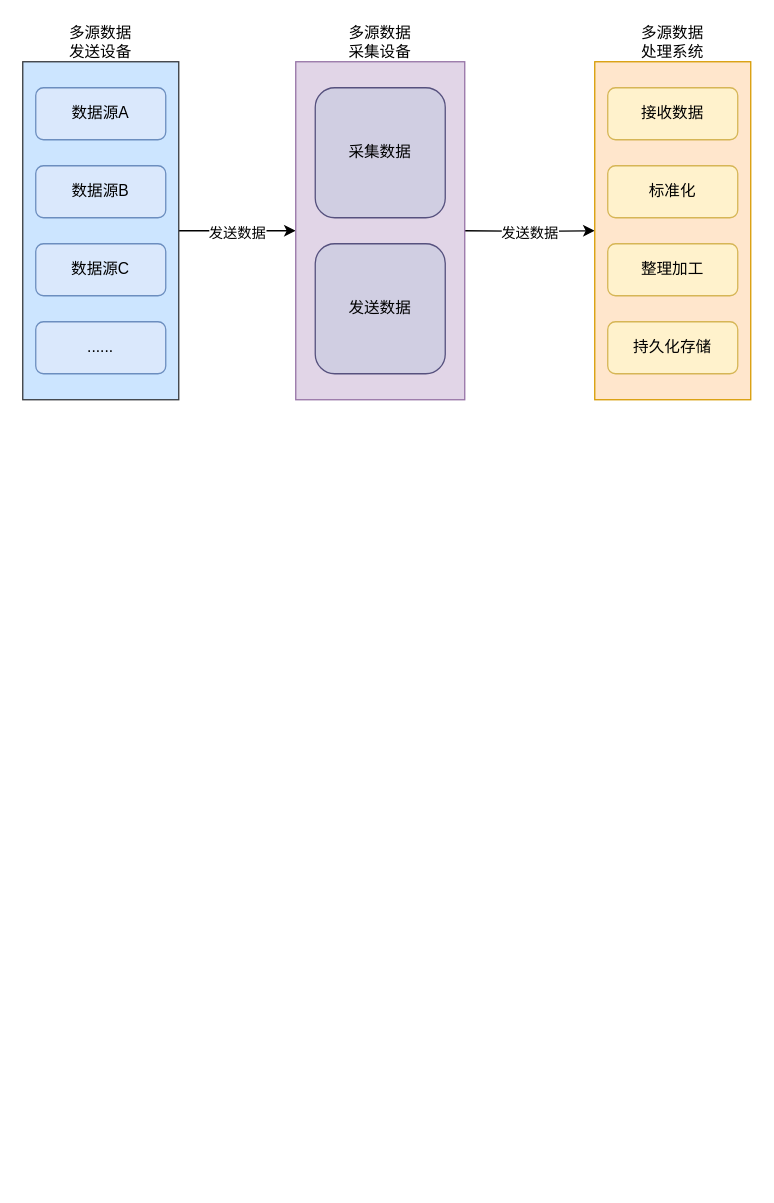
Earlier version of the draw.io diagram 多源系统图.drawio (Thesis7/review--master). Source tidied: cells renumbered, new cells numbered last; positions are measured from the earlier drawing's top-left corner, leaving out a move shared by most shapes. Both pictures are drawn from the tidied source at 130%, with x=0, y=0 at pixel (22, 22).
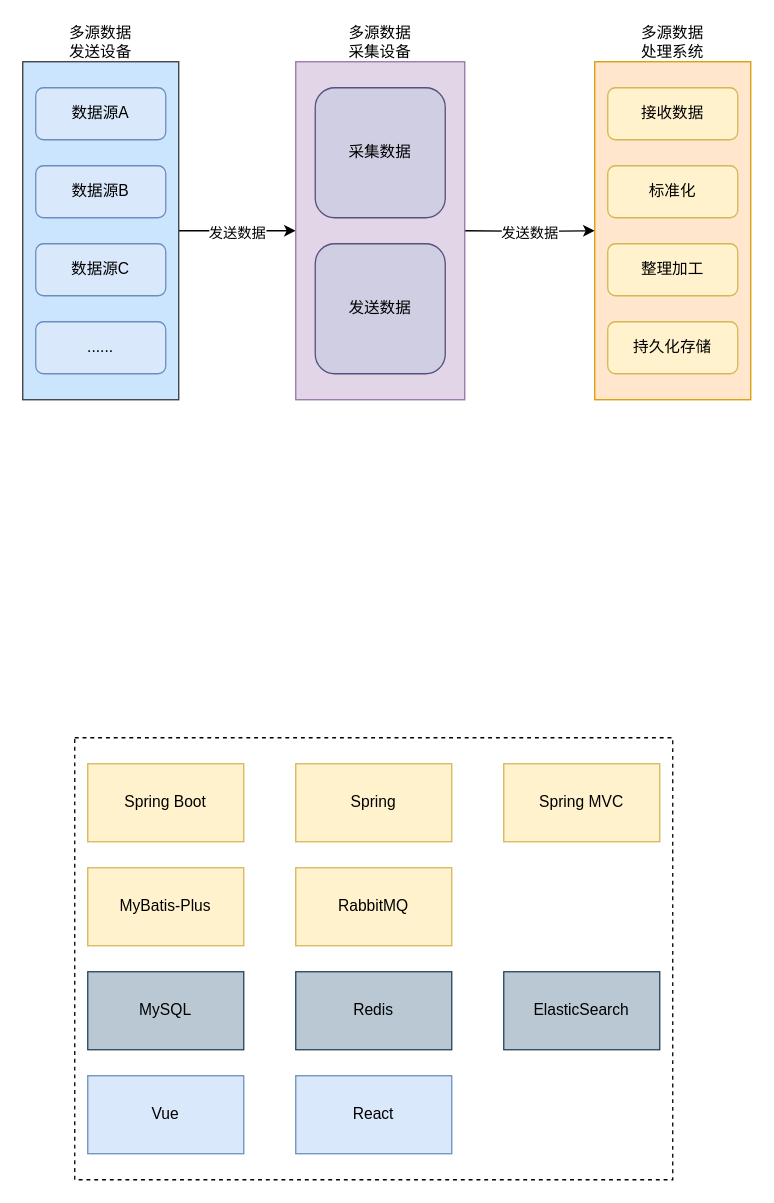
The same page after the edit.

Commit message (it also covers changes not shown here):
更新多源系统图.drawio

What changed in the source:
```diff
@@
+    <mxCell id="22" style="rounded=0;whiteSpace=wrap;html=1;dashed=1;" parent="1" vertex="1">
+      <mxGeometry x="40" y="550" width="460" height="340" as="geometry" />
+    </mxCell>
@@
+    <mxCell id="23" value="Spring Boot" style="rounded=0;whiteSpace=wrap;html=1;fillColor=#fff2cc;strokeColor=#d6b656;" parent="1" vertex="1">
+      <mxGeometry x="50" y="570" width="120" height="60" as="geometry" />
+    </mxCell>
+    <mxCell id="24" value="Spring" style="rounded=0;whiteSpace=wrap;html=1;fillColor=#fff2cc;strokeColor=#d6b656;" parent="1" vertex="1">
+      <mxGeometry x="210" y="570" width="120" height="60" as="geometry" />
+    </mxCell>
+    <mxCell id="25" value="Spring MVC" style="rounded=0;whiteSpace=wrap;html=1;fillColor=#fff2cc;strokeColor=#d6b656;" parent="1" vertex="1">
+      <mxGeometry x="370" y="570" width="120" height="60" as="geometry" />
+    </mxCell>
+    <mxCell id="26" value="MyBatis-Plus" style="rounded=0;whiteSpace=wrap;html=1;fillColor=#fff2cc;strokeColor=#d6b656;" parent="1" vertex="1">
+      <mxGeometry x="50" y="650" width="120" height="60" as="geometry" />
+    </mxCell>
+    <mxCell id="27" value="MySQL" style="rounded=0;whiteSpace=wrap;html=1;fillColor=#bac8d3;strokeColor=#23445d;" parent="1" vertex="1">
+      <mxGeometry x="50" y="730" width="120" height="60" as="geometry" />
+    </mxCell>
+    <mxCell id="28" value="Redis" style="rounded=0;whiteSpace=wrap;html=1;fillColor=#bac8d3;strokeColor=#23445d;" parent="1" vertex="1">
+      <mxGeometry x="210" y="730" width="120" height="60" as="geometry" />
+    </mxCell>
+    <mxCell id="29" value="ElasticSearch" style="rounded=0;whiteSpace=wrap;html=1;fillColor=#bac8d3;strokeColor=#23445d;" parent="1" vertex="1">
+      <mxGeometry x="370" y="730" width="120" height="60" as="geometry" />
+    </mxCell>
+    <mxCell id="30" value="RabbitMQ" style="rounded=0;whiteSpace=wrap;html=1;fillColor=#fff2cc;strokeColor=#d6b656;" parent="1" vertex="1">
+      <mxGeometry x="210" y="650" width="120" height="60" as="geometry" />
+    </mxCell>
+    <mxCell id="31" value="Vue" style="rounded=0;whiteSpace=wrap;html=1;fillColor=#dae8fc;strokeColor=#6c8ebf;" parent="1" vertex="1">
+      <mxGeometry x="50" y="810" width="120" height="60" as="geometry" />
+    </mxCell>
+    <mxCell id="32" value="React" style="rounded=0;whiteSpace=wrap;html=1;fillColor=#dae8fc;strokeColor=#6c8ebf;" parent="1" vertex="1">
+      <mxGeometry x="210" y="810" width="120" height="60" as="geometry" />
+    </mxCell>
```
